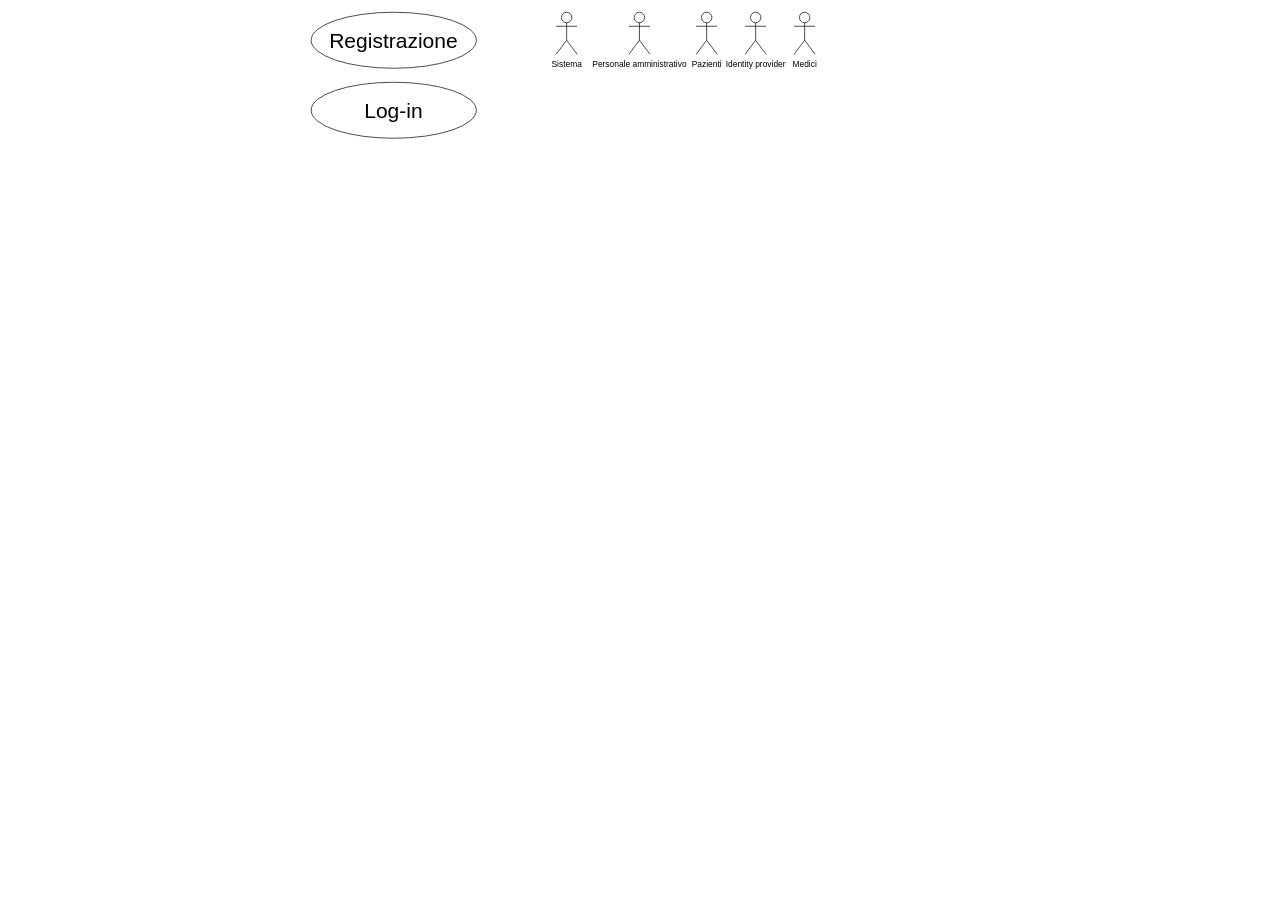
Above: page "caseUse" (1 of 5) of DiagrammiMedSync.drawio in frncscrlnd/MedSync-Sistema-di-Gestione-Appuntamenti-e-Documentazione-Medica (draw.io), before the change. Source tidied: cells renumbered, new cells numbered last; positions are measured from the earlier drawing's top-left corner, leaving out a move shared by most shapes. Both pictures are drawn from the tidied source at 70%, with x=0, y=0 at pixel (311, 12).
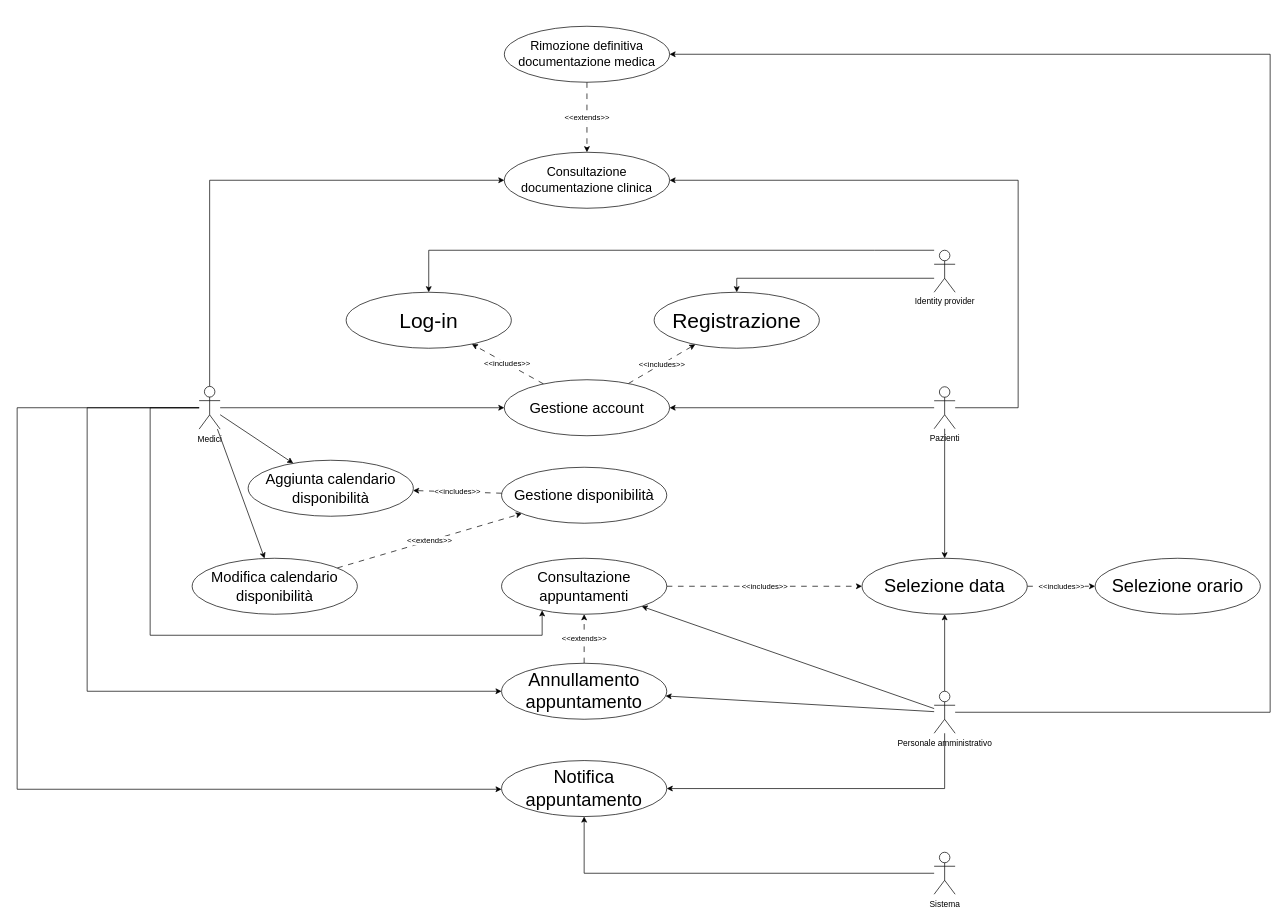
After the change.

Diff of the diagram source:
```diff
@@
+    <mxCell id="9" style="rounded=0;jettySize=auto;html=1;" parent="1" edge="1" source="2" target="43">
+      <mxGeometry relative="1" as="geometry" />
+    </mxCell>
+    <mxCell id="10" style="rounded=0;jettySize=auto;html=1;" parent="1" edge="1" source="2" target="28">
+      <mxGeometry relative="1" as="geometry" />
+    </mxCell>
+    <mxCell id="11" style="edgeStyle=orthogonalEdgeStyle;rounded=0;jettySize=auto;html=1;" parent="1" edge="1" source="2" target="34">
+      <mxGeometry relative="1" as="geometry">
+        <Array as="points">
+          <mxPoint x="1010" y="565" />
+          <mxPoint x="1010" y="240" />
+        </Array>
+      </mxGeometry>
+    </mxCell>
     <mxCell id="2" value="Pazienti" style="shape=umlActor;verticalLabelPosition=bottom;verticalAlign=top;html=1;outlineConnect=0;" parent="1" vertex="1">
-      <mxGeometry x="550" width="30" height="60" as="geometry" />
+      <mxGeometry x="890" y="535" width="30" height="60" as="geometry" />
     </mxCell>
+    <mxCell id="12" style="rounded=0;jettySize=auto;html=1;" parent="1" edge="1" source="3" target="43">
+      <mxGeometry relative="1" as="geometry" />
+    </mxCell>
+    <mxCell id="13" style="rounded=0;jettySize=auto;html=1;" parent="1" edge="1" source="3" target="29">
+      <mxGeometry relative="1" as="geometry" />
+    </mxCell>
+    <mxCell id="14" style="rounded=0;jettySize=auto;html=1;" parent="1" edge="1" source="3" target="31">
+      <mxGeometry relative="1" as="geometry" />
+    </mxCell>
+    <mxCell id="15" style="edgeStyle=orthogonalEdgeStyle;rounded=0;jettySize=auto;html=1;" parent="1" edge="1" source="3" target="39">
+      <mxGeometry relative="1" as="geometry">
+        <Array as="points">
+          <mxPoint x="-230" y="565" />
+          <mxPoint x="-230" y="890" />
+          <mxPoint x="330" y="890" />
+        </Array>
+      </mxGeometry>
+    </mxCell>
+    <mxCell id="16" style="edgeStyle=orthogonalEdgeStyle;rounded=0;jettySize=auto;html=1;" parent="1" edge="1" source="3" target="33">
+      <mxGeometry relative="1" as="geometry">
+        <Array as="points">
+          <mxPoint x="-320" y="565" />
+          <mxPoint x="-320" y="970" />
+        </Array>
+      </mxGeometry>
+    </mxCell>
+    <mxCell id="17" style="edgeStyle=orthogonalEdgeStyle;rounded=0;jettySize=auto;html=1;" parent="1" edge="1" source="3" target="37">
+      <mxGeometry relative="1" as="geometry">
+        <Array as="points">
+          <mxPoint x="-420" y="565" />
+          <mxPoint x="-420" y="1110" />
+        </Array>
+      </mxGeometry>
+    </mxCell>
+    <mxCell id="18" style="edgeStyle=orthogonalEdgeStyle;rounded=0;jettySize=auto;html=1;" parent="1" edge="1" source="3" target="34">
+      <mxGeometry relative="1" as="geometry">
+        <Array as="points">
+          <mxPoint x="-145" y="240" />
+        </Array>
+      </mxGeometry>
+    </mxCell>
     <mxCell id="3" value="Medici" style="shape=umlActor;verticalLabelPosition=bottom;verticalAlign=top;html=1;outlineConnect=0;" parent="1" vertex="1">
-      <mxGeometry x="690" width="30" height="60" as="geometry" />
+      <mxGeometry x="-160" y="534.5" width="30" height="61" as="geometry" />
     </mxCell>
+    <mxCell id="19" style="edgeStyle=orthogonalEdgeStyle;rounded=0;jettySize=auto;html=1;" parent="1" edge="1" source="4" target="5">
+      <mxGeometry relative="1" as="geometry">
+        <Array as="points">
+          <mxPoint x="608" y="380" />
+        </Array>
+      </mxGeometry>
+    </mxCell>
+    <mxCell id="20" style="edgeStyle=orthogonalEdgeStyle;rounded=0;jettySize=auto;html=1;" parent="1" edge="1" source="4" target="6">
+      <mxGeometry relative="1" as="geometry">
+        <Array as="points">
+          <mxPoint x="805" y="340" />
+          <mxPoint x="168" y="340" />
+        </Array>
+      </mxGeometry>
+    </mxCell>
     <mxCell id="4" value="Identity provider" style="shape=umlActor;verticalLabelPosition=bottom;verticalAlign=top;html=1;outlineConnect=0;" parent="1" vertex="1">
-      <mxGeometry x="620" width="30" height="60" as="geometry" />
+      <mxGeometry x="890" y="340" width="30" height="60" as="geometry" />
     </mxCell>
     <mxCell id="5" value="&lt;font style=&quot;font-size: 30px;&quot;&gt;Registrazione&lt;/font&gt;" style="ellipse;whiteSpace=wrap;html=1;" parent="1" vertex="1">
-      <mxGeometry width="236" height="80" as="geometry" />
+      <mxGeometry x="490" y="400" width="236" height="80" as="geometry" />
     </mxCell>
     <mxCell id="6" value="&lt;font style=&quot;font-size: 30px;&quot;&gt;Log-in&lt;/font&gt;" style="ellipse;whiteSpace=wrap;html=1;" parent="1" vertex="1">
-      <mxGeometry y="100" width="236" height="80" as="geometry" />
+      <mxGeometry x="50" y="400" width="236" height="80" as="geometry" />
     </mxCell>
+    <mxCell id="21" style="edgeStyle=orthogonalEdgeStyle;rounded=0;jettySize=auto;html=1;" parent="1" edge="1" source="7" target="37">
+      <mxGeometry relative="1" as="geometry" />
+    </mxCell>
     <mxCell id="7" value="Sistema" style="shape=umlActor;verticalLabelPosition=bottom;verticalAlign=top;html=1;outlineConnect=0;" parent="1" vertex="1">
-      <mxGeometry x="350" width="30" height="60" as="geometry" />
+      <mxGeometry x="890" y="1200" width="30" height="60" as="geometry" />
     </mxCell>
+    <mxCell id="22" style="rounded=0;jettySize=auto;html=1;" parent="1" edge="1" source="8" target="33">
+      <mxGeometry relative="1" as="geometry" />
+    </mxCell>
+    <mxCell id="23" style="rounded=0;jettySize=auto;html=1;" parent="1" edge="1" source="8" target="28">
+      <mxGeometry relative="1" as="geometry" />
+    </mxCell>
+    <mxCell id="24" style="rounded=0;jettySize=auto;html=1;" parent="1" edge="1" source="8" target="39">
+      <mxGeometry relative="1" as="geometry" />
+    </mxCell>
+    <mxCell id="25" style="edgeStyle=orthogonalEdgeStyle;rounded=0;jettySize=auto;html=1;" parent="1" edge="1" source="8" target="37">
+      <mxGeometry relative="1" as="geometry">
+        <Array as="points">
+          <mxPoint x="905" y="1109" />
+        </Array>
+      </mxGeometry>
+    </mxCell>
+    <mxCell id="26" style="edgeStyle=orthogonalEdgeStyle;rounded=0;jettySize=auto;html=1;" parent="1" edge="1" source="8" target="36">
+      <mxGeometry relative="1" as="geometry">
+        <Array as="points">
+          <mxPoint x="1370" y="1000" />
+          <mxPoint x="1370" y="60" />
+        </Array>
+      </mxGeometry>
+    </mxCell>
     <mxCell id="8" value="Personale amministrativo" style="shape=umlActor;verticalLabelPosition=bottom;verticalAlign=top;html=1;outlineConnect=0;" parent="1" vertex="1">
-      <mxGeometry x="454" width="30" height="60" as="geometry" />
+      <mxGeometry x="890" y="970" width="30" height="60" as="geometry" />
     </mxCell>
+    <mxCell id="27" value="&amp;lt;&amp;lt;includes&amp;gt;&amp;gt;" style="rounded=0;jettySize=auto;html=1;dashed=1;dashPattern=8 8;" parent="1" edge="1" source="28" target="40">
+      <mxGeometry relative="1" as="geometry" />
+    </mxCell>
+    <mxCell id="28" value="&lt;font style=&quot;font-size: 26px;&quot;&gt;Selezione data&lt;/font&gt;" style="ellipse;whiteSpace=wrap;html=1;" parent="1" vertex="1">
+      <mxGeometry x="787" y="780" width="236" height="80" as="geometry" />
+    </mxCell>
+    <mxCell id="29" value="&lt;font style=&quot;font-size: 21px;&quot;&gt;Aggiunta calendario disponibilità&lt;/font&gt;" style="ellipse;whiteSpace=wrap;html=1;" parent="1" vertex="1">
+      <mxGeometry x="-90" y="640" width="236" height="80" as="geometry" />
+    </mxCell>
+    <mxCell id="30" value="&amp;lt;&amp;lt;extends&amp;gt;&amp;gt;" style="rounded=0;jettySize=auto;html=1;dashed=1;dashPattern=8 8;" parent="1" edge="1" source="31" target="45">
+      <mxGeometry relative="1" as="geometry" />
+    </mxCell>
+    <mxCell id="31" value="&lt;font style=&quot;font-size: 21px;&quot;&gt;Modifica calendario disponibilità&lt;/font&gt;" style="ellipse;whiteSpace=wrap;html=1;" parent="1" vertex="1">
+      <mxGeometry x="-170" y="780" width="236" height="80" as="geometry" />
+    </mxCell>
+    <mxCell id="32" value="&amp;lt;&amp;lt;extends&amp;gt;&amp;gt;" style="rounded=0;jettySize=auto;html=1;dashed=1;dashPattern=8 8;" parent="1" edge="1" source="33" target="39">
+      <mxGeometry relative="1" as="geometry" />
+    </mxCell>
+    <mxCell id="33" value="&lt;font style=&quot;font-size: 26px;&quot;&gt;Annullamento appuntamento&lt;/font&gt;" style="ellipse;whiteSpace=wrap;html=1;" parent="1" vertex="1">
+      <mxGeometry x="272" y="930" width="236" height="80" as="geometry" />
+    </mxCell>
+    <mxCell id="34" value="&lt;font style=&quot;font-size: 18px;&quot;&gt;Consultazione documentazione clinica&lt;/font&gt;" style="ellipse;whiteSpace=wrap;html=1;" parent="1" vertex="1">
+      <mxGeometry x="276" y="200" width="236" height="80" as="geometry" />
+    </mxCell>
+    <mxCell id="35" value="&amp;lt;&amp;lt;extends&amp;gt;&amp;gt;" style="rounded=0;jettySize=auto;html=1;dashed=1;dashPattern=8 8;" parent="1" edge="1" source="36" target="34">
+      <mxGeometry relative="1" as="geometry" />
+    </mxCell>
+    <mxCell id="36" value="&lt;span style=&quot;font-size: 18px;&quot;&gt;Rimozione definitiva documentazione medica&lt;/span&gt;" style="ellipse;whiteSpace=wrap;html=1;" parent="1" vertex="1">
+      <mxGeometry x="276" y="20" width="236" height="80" as="geometry" />
+    </mxCell>
+    <mxCell id="37" value="&lt;font style=&quot;font-size: 26px;&quot;&gt;Notifica appuntamento&lt;/font&gt;" style="ellipse;whiteSpace=wrap;html=1;" parent="1" vertex="1">
+      <mxGeometry x="272" y="1069" width="236" height="80" as="geometry" />
+    </mxCell>
+    <mxCell id="38" value="&amp;lt;&amp;lt;includes&amp;gt;&amp;gt;" style="rounded=0;jettySize=auto;html=1;dashed=1;dashPattern=8 8;" parent="1" edge="1" source="39" target="28">
+      <mxGeometry relative="1" as="geometry" />
+    </mxCell>
+    <mxCell id="39" value="&lt;font style=&quot;font-size: 21px;&quot;&gt;Consultazione appuntamenti&lt;/font&gt;" style="ellipse;whiteSpace=wrap;html=1;" parent="1" vertex="1">
+      <mxGeometry x="272" y="780" width="236" height="80" as="geometry" />
+    </mxCell>
+    <mxCell id="40" value="&lt;font style=&quot;font-size: 26px;&quot;&gt;Selezione orario&lt;/font&gt;" style="ellipse;whiteSpace=wrap;html=1;" parent="1" vertex="1">
+      <mxGeometry x="1120" y="780" width="236" height="80" as="geometry" />
+    </mxCell>
+    <mxCell id="41" value="&amp;lt;&amp;lt;includes&amp;gt;&amp;gt;" style="rounded=0;jettySize=auto;html=1;dashed=1;dashPattern=8 8;" parent="1" edge="1" source="43" target="6">
+      <mxGeometry relative="1" as="geometry" />
+    </mxCell>
+    <mxCell id="42" value="&amp;lt;&amp;lt;includes&amp;gt;&amp;gt;" style="rounded=0;jettySize=auto;html=1;dashed=1;dashPattern=8 8;" parent="1" edge="1" source="43" target="5">
+      <mxGeometry relative="1" as="geometry" />
+    </mxCell>
+    <mxCell id="43" value="&lt;font style=&quot;font-size: 21px;&quot;&gt;Gestione account&lt;/font&gt;" style="ellipse;whiteSpace=wrap;html=1;" parent="1" vertex="1">
+      <mxGeometry x="276" y="525" width="236" height="80" as="geometry" />
+    </mxCell>
+    <mxCell id="44" value="&amp;lt;&amp;lt;includes&amp;gt;&amp;gt;" style="rounded=0;jettySize=auto;html=1;dashed=1;dashPattern=8 8;" parent="1" edge="1" source="45" target="29">
+      <mxGeometry relative="1" as="geometry" />
+    </mxCell>
+    <mxCell id="45" value="&lt;font style=&quot;font-size: 21px;&quot;&gt;Gestione disponibilità&lt;/font&gt;" style="ellipse;whiteSpace=wrap;html=1;" parent="1" vertex="1">
+      <mxGeometry x="272" y="650" width="236" height="80" as="geometry" />
+    </mxCell>
```
